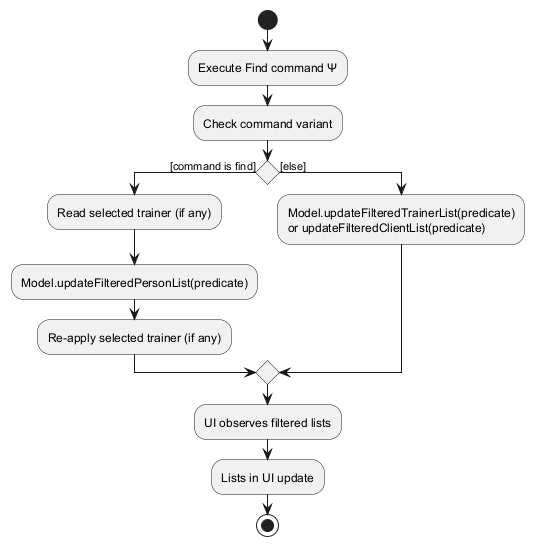
Before: docs/images/find/FindFeatureActivityDiagram-Execute.png, a diagram exported from PlantUML (AY2526S2-CS2103T-T17-1/tp).
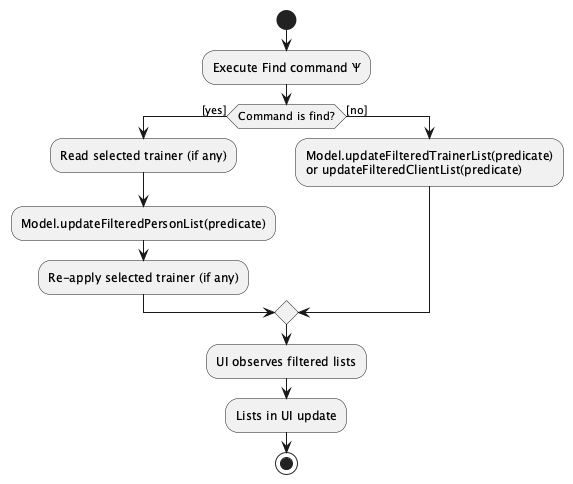
Above is the later version.

Change to the diagram source:
```diff
@@ -1,12 +1,11 @@
 @startuml
 start
 :Execute Find command Ψ;
-:Check command variant;
-if () then ([command is find])
+if (Command is find?) then ([yes])
   :Read selected trainer (if any);
   :Model.updateFilteredPersonList(predicate);
   :Re-apply selected trainer (if any);
-else ([else])
+else ([no])
   :Model.updateFilteredTrainerList(predicate)
   or updateFilteredClientList(predicate);
 endif
```
